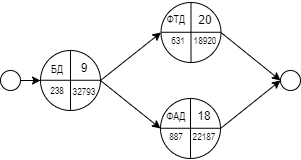
The draw.io diagram Zaoch/19/img/lab4.png in meesery/PAS, before a commit. Source tidied: cells renumbered, new cells last; positions are measured from the earlier drawing's top-left corner, leaving out a move shared by most shapes.
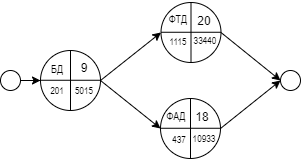
The same file after the commit.

The edit, as a diff of the source:
```diff
@@ -17,8 +17,8 @@
     <mxCell id="5" value="&lt;p&gt;&lt;font face=&quot;Arial Narrow&quot; style=&quot;font-size: 11px;&quot;&gt;БД&lt;/font&gt;&lt;/p&gt;" style="text;html=1;strokeColor=none;fillColor=none;align=center;verticalAlign=middle;whiteSpace=wrap;rounded=0;" parent="1" vertex="1">
       <mxGeometry x="27" y="52" width="60" height="30" as="geometry" />
     </mxCell>
-    <mxCell id="6" value="&lt;p&gt;&lt;font face=&quot;Arial Narrow&quot; style=&quot;font-size: 10px;&quot;&gt;32793&lt;/font&gt;&lt;/p&gt;" style="text;html=1;strokeColor=none;fillColor=none;align=center;verticalAlign=middle;whiteSpace=wrap;rounded=0;" parent="1" vertex="1">
-      <mxGeometry x="64" y="79" width="40" height="20" as="geometry" />
+    <mxCell id="6" value="&lt;p&gt;&lt;font face=&quot;Arial Narrow&quot; style=&quot;font-size: 10px;&quot;&gt;5015&lt;/font&gt;&lt;/p&gt;" style="text;html=1;strokeColor=none;fillColor=none;align=center;verticalAlign=middle;whiteSpace=wrap;rounded=0;" parent="1" vertex="1">
+      <mxGeometry x="64" y="78" width="40" height="20" as="geometry" />
     </mxCell>
     <mxCell id="7" style="rounded=0;jettySize=auto;html=1;exitX=1;exitY=0.5;exitDx=0;exitDy=0;entryX=0;entryY=0.5;entryDx=0;entryDy=0;" parent="1" edge="1" target="8">
       <mxGeometry relative="1" as="geometry">
@@ -38,9 +38,9 @@
       <mxGeometry relative="1" as="geometry" />
     </mxCell>
     <mxCell id="11" value="&lt;p&gt;&lt;font face=&quot;Arial Narrow&quot; style=&quot;font-size: 11px;&quot;&gt;ФТД&lt;/font&gt;&lt;/p&gt;" style="text;html=1;strokeColor=none;fillColor=none;align=center;verticalAlign=middle;whiteSpace=wrap;rounded=0;" parent="1" vertex="1">
-      <mxGeometry x="146" y="2" width="60" height="30" as="geometry" />
+      <mxGeometry x="146" y="2" width="64" height="30" as="geometry" />
     </mxCell>
-    <mxCell id="12" value="&lt;p&gt;&lt;font face=&quot;Arial Narrow&quot; style=&quot;font-size: 10px;&quot;&gt;18920&lt;/font&gt;&lt;/p&gt;" style="text;html=1;strokeColor=none;fillColor=none;align=center;verticalAlign=middle;whiteSpace=wrap;rounded=0;" parent="1" vertex="1">
+    <mxCell id="12" value="&lt;p&gt;&lt;font face=&quot;Arial Narrow&quot; style=&quot;font-size: 10px;&quot;&gt;33440&lt;/font&gt;&lt;/p&gt;" style="text;html=1;strokeColor=none;fillColor=none;align=center;verticalAlign=middle;whiteSpace=wrap;rounded=0;" parent="1" vertex="1">
       <mxGeometry x="184.5" y="28" width="40" height="20" as="geometry" />
     </mxCell>
     <mxCell id="13" style="rounded=0;jettySize=auto;html=1;entryX=0;entryY=0.5;entryDx=0;entryDy=0;exitX=1;exitY=0.5;exitDx=0;exitDy=0;" parent="1" edge="1" source="8" target="21">
@@ -61,8 +61,8 @@
     <mxCell id="17" value="&lt;p&gt;&lt;font face=&quot;Arial Narrow&quot; style=&quot;font-size: 11px;&quot;&gt;ФАД&lt;/font&gt;&lt;/p&gt;" style="text;html=1;strokeColor=none;fillColor=none;align=center;verticalAlign=middle;whiteSpace=wrap;rounded=0;" parent="1" vertex="1">
       <mxGeometry x="146" y="99" width="60" height="30" as="geometry" />
     </mxCell>
-    <mxCell id="18" value="&lt;p&gt;&lt;font face=&quot;Arial Narrow&quot; style=&quot;font-size: 10px;&quot;&gt;22187&lt;/font&gt;&lt;/p&gt;" style="text;html=1;strokeColor=none;fillColor=none;align=center;verticalAlign=middle;whiteSpace=wrap;rounded=0;" parent="1" vertex="1">
-      <mxGeometry x="184" y="124" width="40" height="20" as="geometry" />
+    <mxCell id="18" value="&lt;p&gt;&lt;font face=&quot;Arial Narrow&quot; style=&quot;font-size: 10px;&quot;&gt;10933&lt;/font&gt;&lt;/p&gt;" style="text;html=1;strokeColor=none;fillColor=none;align=center;verticalAlign=middle;whiteSpace=wrap;rounded=0;" parent="1" vertex="1">
+      <mxGeometry x="184" y="126" width="40" height="20" as="geometry" />
     </mxCell>
     <mxCell id="19" style="rounded=0;jettySize=auto;html=1;exitX=1;exitY=0.5;exitDx=0;exitDy=0;entryX=0;entryY=0.5;entryDx=0;entryDy=0;" parent="1" edge="1" target="14">
       <mxGeometry relative="1" as="geometry">
@@ -85,19 +85,19 @@
       <mxGeometry x="64" y="56" width="40" height="20" as="geometry" />
     </mxCell>
     <mxCell id="25" value="18" style="text;html=1;strokeColor=none;fillColor=none;align=center;verticalAlign=middle;whiteSpace=wrap;rounded=0;" parent="1" vertex="1">
-      <mxGeometry x="184" y="104" width="40" height="20" as="geometry" />
+      <mxGeometry x="182" y="105" width="40" height="20" as="geometry" />
     </mxCell>
-    <mxCell id="26" value="20" style="text;html=1;strokeColor=none;fillColor=none;align=center;verticalAlign=middle;whiteSpace=wrap;rounded=0;" parent="1" vertex="1">
-      <mxGeometry x="184.5" y="7" width="40" height="21" as="geometry" />
-    </mxCell>
-    <mxCell id="27" value="&lt;p&gt;&lt;font face=&quot;Arial Narrow&quot; style=&quot;font-size: 10px;&quot;&gt;631&lt;/font&gt;&lt;/p&gt;" style="text;html=1;strokeColor=none;fillColor=none;align=center;verticalAlign=middle;whiteSpace=wrap;rounded=0;" parent="1" vertex="1">
-      <mxGeometry x="156" y="28" width="44" height="20" as="geometry" />
+    <mxCell id="27" value="&lt;p&gt;&lt;font face=&quot;Arial Narrow&quot;&gt;&lt;span style=&quot;font-size: 10px;&quot;&gt;1115&lt;/span&gt;&lt;/font&gt;&lt;/p&gt;" style="text;html=1;strokeColor=none;fillColor=none;align=center;verticalAlign=middle;whiteSpace=wrap;rounded=0;" parent="1" vertex="1">
+      <mxGeometry x="156" y="29" width="44" height="20" as="geometry" />
     </mxCell>
-    <mxCell id="28" value="&lt;p&gt;&lt;font face=&quot;Arial Narrow&quot; style=&quot;font-size: 10px;&quot;&gt;887&lt;/font&gt;&lt;/p&gt;" style="text;html=1;strokeColor=none;fillColor=none;align=center;verticalAlign=middle;whiteSpace=wrap;rounded=0;" parent="1" vertex="1">
-      <mxGeometry x="156" y="124" width="40" height="20" as="geometry" />
+    <mxCell id="28" value="&lt;p&gt;&lt;font face=&quot;Arial Narrow&quot;&gt;&lt;span style=&quot;font-size: 10px;&quot;&gt;437&lt;/span&gt;&lt;/font&gt;&lt;/p&gt;" style="text;html=1;strokeColor=none;fillColor=none;align=center;verticalAlign=middle;whiteSpace=wrap;rounded=0;" parent="1" vertex="1">
+      <mxGeometry x="159" y="127" width="40" height="20" as="geometry" />
     </mxCell>
-    <mxCell id="29" value="&lt;p&gt;&lt;font face=&quot;Arial Narrow&quot; style=&quot;font-size: 10px;&quot;&gt;238&lt;/font&gt;&lt;/p&gt;" style="text;html=1;strokeColor=none;fillColor=none;align=center;verticalAlign=middle;whiteSpace=wrap;rounded=0;" parent="1" vertex="1">
+    <mxCell id="29" value="&lt;p&gt;&lt;font face=&quot;Arial Narrow&quot;&gt;&lt;span style=&quot;font-size: 10px;&quot;&gt;201&lt;/span&gt;&lt;/font&gt;&lt;/p&gt;" style="text;html=1;strokeColor=none;fillColor=none;align=center;verticalAlign=middle;whiteSpace=wrap;rounded=0;" parent="1" vertex="1">
       <mxGeometry x="37" y="78" width="40" height="20" as="geometry" />
     </mxCell>
+    <mxCell id="26" value="20" style="text;html=1;strokeColor=none;fillColor=none;align=center;verticalAlign=middle;whiteSpace=wrap;rounded=0;" parent="1" vertex="1">
+      <mxGeometry x="184" y="9" width="40" height="20" as="geometry" />
+    </mxCell>
   </root>
 </mxGraphModel>
```
